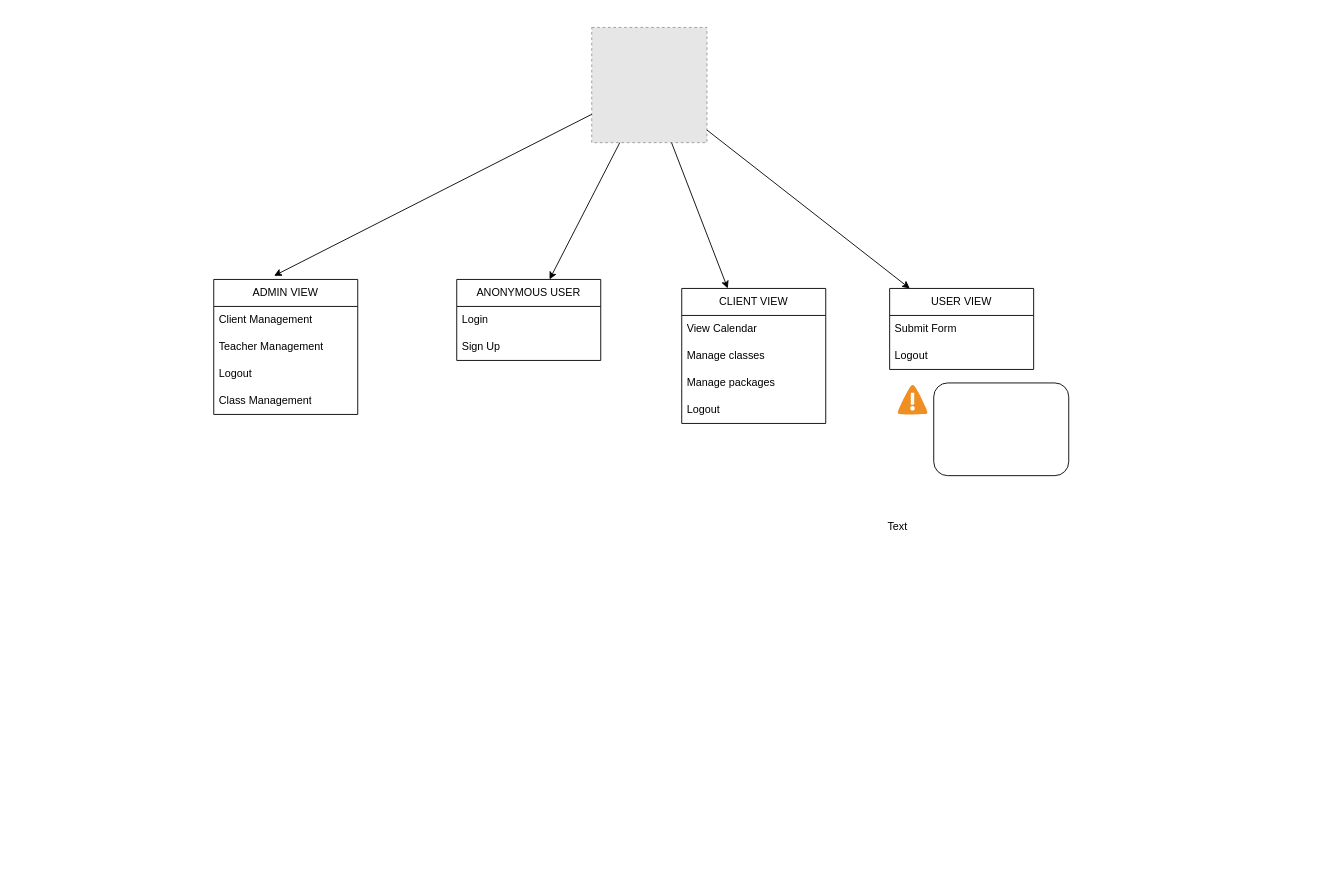
This is vue/src/assets/Untitled Diagram.drawio from kelvintelon/Sattva-Yoga-Center, a draw.io file, before an edit. Source tidied: cells renumbered, new cells numbered last; positions are measured from the earlier drawing's top-left corner, leaving out a move shared by most shapes. Both pictures are drawn from the tidied source at 90%, with x=0, y=0 at pixel (213, -90). Pictures stored in the file or linked from it are replaced by grey dashed boxes.
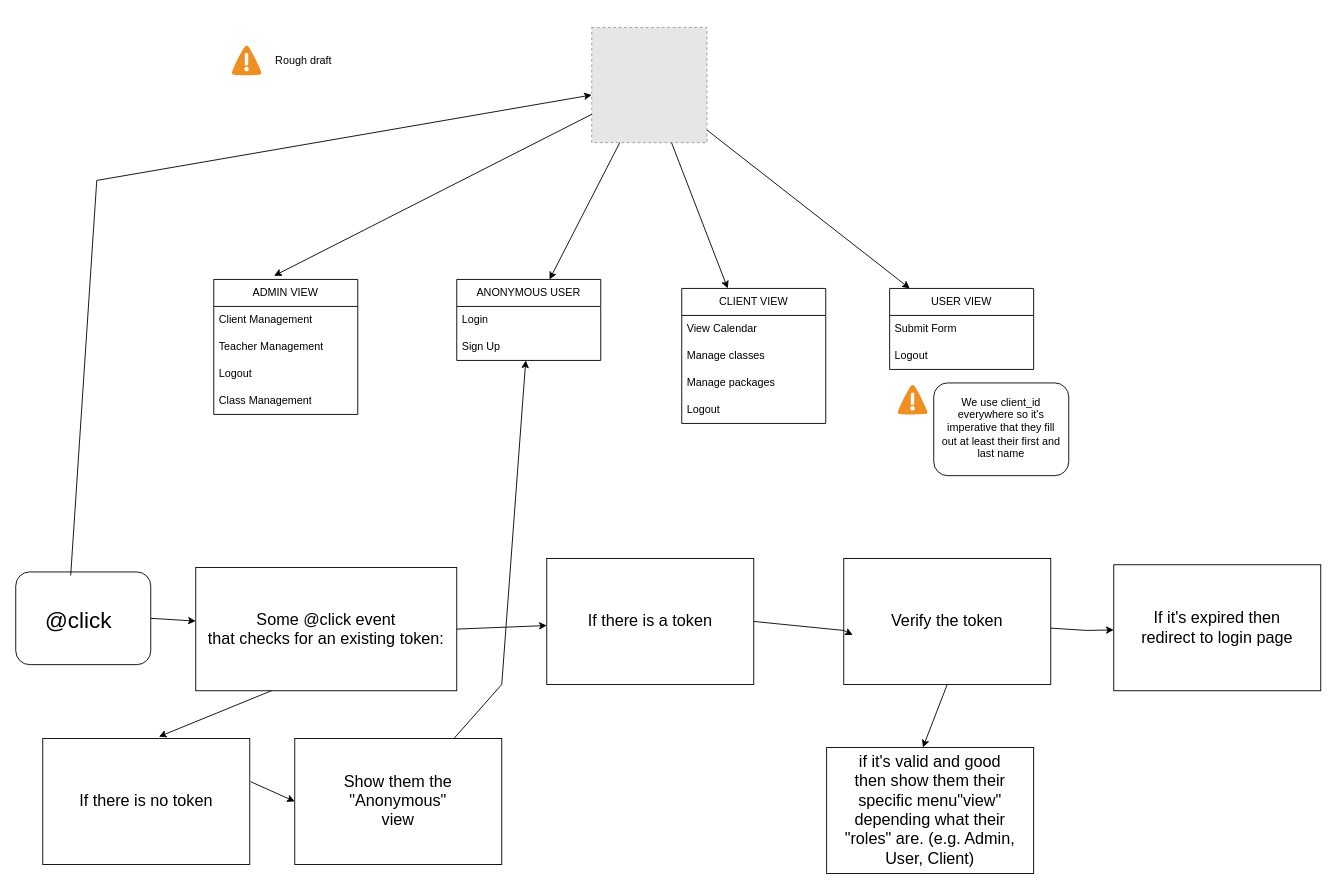
The same page after the edit.

Unchanged cells that the change refers to:
```xml
<mxCell id="7" style="fillColor=#E6E6E6;strokeColor=#999999;dashed=1;html=1;verticalAlign=top;verticalLabelPosition=bottom;labelBackgroundColor=#ffffff;" parent="1" vertex="1">
  <mxGeometry x="420" y="130" width="128" height="128" as="geometry" />
</mxCell>
<mxCell id="13" value="ANONYMOUS USER" style="swimlane;fontStyle=0;horizontal=1;startSize=30;whiteSpace=wrap;html=1;" parent="1" vertex="1">
  <mxGeometry x="270" y="410" width="160" height="90" as="geometry" />
</mxCell>
```

What changed in the source:
```diff
@@
-    <mxCell id="30" value="Text" style="text;strokeColor=none;align=center;fillColor=none;html=1;verticalAlign=middle;whiteSpace=wrap;rounded=0;" parent="1" vertex="1">
-      <mxGeometry x="730" y="670" width="60" height="30" as="geometry" />
+    <mxCell id="30" value="We use client_id everywhere so it's imperative that they fill out at least their first and last name" style="text;strokeColor=none;align=center;fillColor=none;html=1;verticalAlign=middle;whiteSpace=wrap;rounded=0;" parent="1" vertex="1">
+      <mxGeometry x="805" y="525" width="140" height="100" as="geometry" />
     </mxCell>
+    <mxCell id="31" style="shadow=0;dashed=0;html=1;strokeColor=none;fillColor=#4495D1;labelPosition=center;verticalLabelPosition=bottom;verticalAlign=top;align=center;shape=mxgraph.veeam.2d.alert;" parent="1" vertex="1">
+      <mxGeometry x="20" y="150" width="33.2" height="33.2" as="geometry" />
+    </mxCell>
+    <mxCell id="32" value="Rough draft" style="text;strokeColor=none;align=center;fillColor=none;html=1;verticalAlign=middle;whiteSpace=wrap;rounded=0;" parent="1" vertex="1">
+      <mxGeometry x="30" y="116.6" width="140" height="100" as="geometry" />
+    </mxCell>
+    <mxCell id="33" style="rounded=1;whiteSpace=wrap;html=1;" parent="1" vertex="1">
+      <mxGeometry x="-220" y="735" width="150" height="103" as="geometry" />
+    </mxCell>
+    <mxCell id="34" value="&lt;font style=&quot;font-size: 25px;&quot;&gt;@click&lt;/font&gt;" style="text;strokeColor=none;align=center;fillColor=none;html=1;verticalAlign=middle;whiteSpace=wrap;rounded=0;" parent="1" vertex="1">
+      <mxGeometry x="-220" y="738" width="140" height="100" as="geometry" />
+    </mxCell>
+    <mxCell id="35" value="&lt;font style=&quot;font-size: 18px;&quot;&gt;Some @click event &lt;br&gt;that checks for an existing token:&lt;/font&gt;" style="rounded=0;whiteSpace=wrap;html=1;" parent="1" vertex="1">
+      <mxGeometry x="-20" y="730" width="290" height="137" as="geometry" />
+    </mxCell>
+    <mxCell id="36" style="endArrow=classic;html=1;rounded=0;exitX=1;exitY=0.5;exitDx=0;exitDy=0;" parent="1" edge="1" source="33" target="35">
+      <mxGeometry relative="1" as="geometry" />
+    </mxCell>
+    <mxCell id="37" style="endArrow=classic;html=1;rounded=0;exitX=0.436;exitY=0.01;exitDx=0;exitDy=0;exitPerimeter=0;" parent="1" edge="1" source="34" target="7">
+      <mxGeometry relative="1" as="geometry">
+        <Array as="points">
+          <mxPoint x="-130" y="300" />
+        </Array>
+      </mxGeometry>
+    </mxCell>
+    <mxCell id="38" value="If there is a token" style="rounded=0;whiteSpace=wrap;html=1;fontSize=18;" parent="1" vertex="1">
+      <mxGeometry x="370" y="720" width="230" height="140" as="geometry" />
+    </mxCell>
+    <mxCell id="39" style="endArrow=classic;html=1;rounded=0;exitX=1;exitY=0.5;exitDx=0;exitDy=0;" parent="1" edge="1" source="35" target="38">
+      <mxGeometry relative="1" as="geometry" />
+    </mxCell>
+    <mxCell id="40" value="Verify the token" style="rounded=0;whiteSpace=wrap;html=1;fontSize=18;" parent="1" vertex="1">
+      <mxGeometry x="700" y="720" width="230" height="140" as="geometry" />
+    </mxCell>
+    <mxCell id="41" style="endArrow=classic;html=1;rounded=0;exitX=1;exitY=0.5;exitDx=0;exitDy=0;" parent="1" edge="1" source="38">
+      <mxGeometry relative="1" as="geometry">
+        <mxPoint x="710" y="805" as="targetPoint" />
+        <Array as="points">
+          <mxPoint x="700" y="800" />
+        </Array>
+      </mxGeometry>
+    </mxCell>
+    <mxCell id="42" value="if it's valid and good&lt;br&gt; then show them their specific menu&quot;view&quot;&lt;br&gt;depending what their&lt;br&gt;&quot;roles&quot; are. (e.g. Admin, User, Client)" style="rounded=0;whiteSpace=wrap;html=1;fontSize=18;" parent="1" vertex="1">
+      <mxGeometry x="681" y="930" width="230" height="140" as="geometry" />
+    </mxCell>
+    <mxCell id="43" style="endArrow=classic;html=1;rounded=0;exitX=0.5;exitY=1;exitDx=0;exitDy=0;entryX=0.465;entryY=0;entryDx=0;entryDy=0;entryPerimeter=0;" parent="1" edge="1" source="40" target="42">
+      <mxGeometry relative="1" as="geometry" />
+    </mxCell>
+    <mxCell id="44" value="If it's expired then&lt;br&gt;redirect to login page" style="rounded=0;whiteSpace=wrap;html=1;fontSize=18;" parent="1" vertex="1">
+      <mxGeometry x="1000" y="727" width="230" height="140" as="geometry" />
+    </mxCell>
+    <mxCell id="45" style="endArrow=classic;html=1;rounded=0;" parent="1" edge="1" source="40" target="44">
+      <mxGeometry relative="1" as="geometry">
+        <Array as="points">
+          <mxPoint x="970" y="800" />
+        </Array>
+      </mxGeometry>
+    </mxCell>
+    <mxCell id="46" value="If there is no token" style="rounded=0;whiteSpace=wrap;html=1;fontSize=18;" parent="1" vertex="1">
+      <mxGeometry x="-190" y="920" width="230" height="140" as="geometry" />
+    </mxCell>
+    <mxCell id="47" style="endArrow=classic;html=1;rounded=0;exitX=0.29;exitY=1;exitDx=0;exitDy=0;exitPerimeter=0;entryX=0.561;entryY=-0.014;entryDx=0;entryDy=0;entryPerimeter=0;" parent="1" edge="1" source="35" target="46">
+      <mxGeometry relative="1" as="geometry" />
+    </mxCell>
+    <mxCell id="48" value="Show them the&lt;br&gt;&quot;Anonymous&quot; &lt;br&gt;view" style="rounded=0;whiteSpace=wrap;html=1;fontSize=18;" parent="1" vertex="1">
+      <mxGeometry x="90" y="920" width="230" height="140" as="geometry" />
+    </mxCell>
+    <mxCell id="49" style="endArrow=classic;html=1;rounded=0;exitX=1.004;exitY=0.343;exitDx=0;exitDy=0;exitPerimeter=0;entryX=0;entryY=0.5;entryDx=0;entryDy=0;" parent="1" edge="1" source="46" target="48">
+      <mxGeometry relative="1" as="geometry" />
+    </mxCell>
+    <mxCell id="50" style="endArrow=classic;html=1;rounded=0;" parent="1" edge="1" source="48" target="13">
+      <mxGeometry relative="1" as="geometry">
+        <Array as="points">
+          <mxPoint x="320" y="860" />
+        </Array>
+      </mxGeometry>
+    </mxCell>
```
